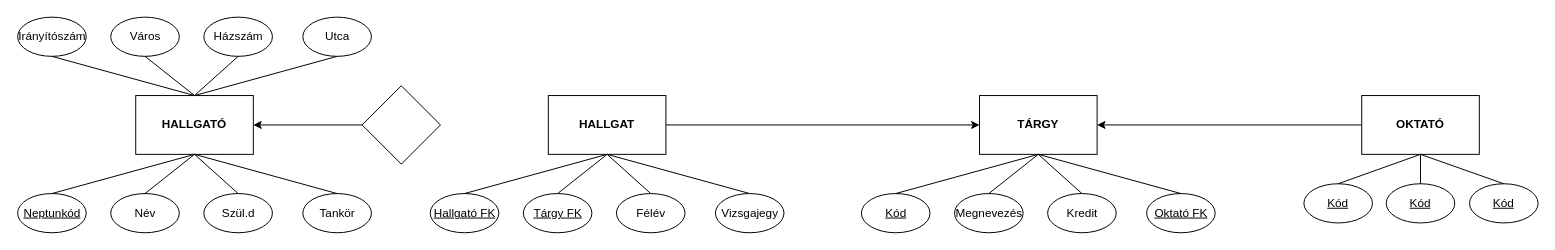
Above: CV72CL_0326/CV72CL_0326_1b.drawio in BenTheComet/CVV72CL_DB1 (draw.io), before the change. Source tidied: cells renumbered, new cells numbered last; positions are measured from the earlier drawing's top-left corner, leaving out a move shared by most shapes. Both pictures are drawn from the tidied source at 98%, with x=0, y=0 at pixel (17, 17).
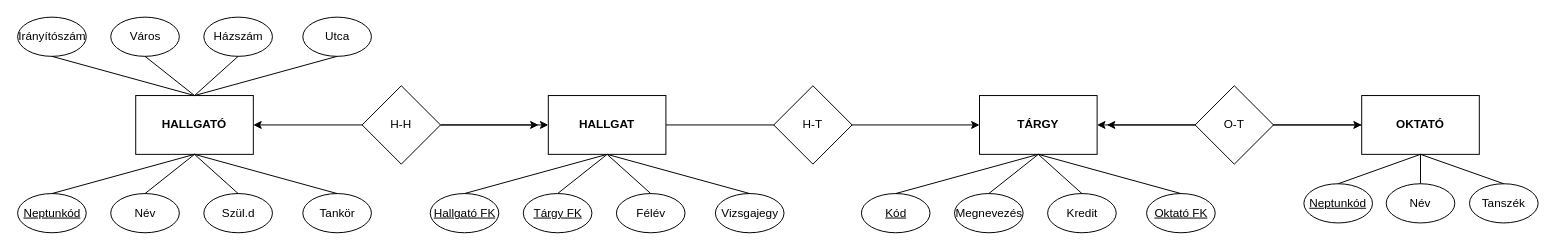
The same diagram, later.

Unchanged cells that the change refers to:
```xml
<mxCell id="5" value="&lt;b&gt;HALLGAT&lt;/b&gt;" style="rounded=0;whiteSpace=wrap;html=1;" parent="1" vertex="1">
  <mxGeometry x="542" y="80" width="120" height="60" as="geometry" />
</mxCell>
<mxCell id="6" value="&lt;b&gt;TÁRGY&lt;/b&gt;" style="rounded=0;whiteSpace=wrap;html=1;" parent="1" vertex="1">
  <mxGeometry x="982" y="80" width="120" height="60" as="geometry" />
</mxCell>
<mxCell id="8" value="&lt;b&gt;OKTATÓ&lt;/b&gt;" style="rounded=0;whiteSpace=wrap;html=1;" parent="1" vertex="1">
  <mxGeometry x="1372" y="80" width="120" height="60" as="geometry" />
</mxCell>
```

Change to the diagram source:
```diff
@@
-    <mxCell id="7" style="edgeStyle=orthogonalEdgeStyle;rounded=0;jettySize=auto;html=1;entryX=1;entryY=0.5;entryDx=0;entryDy=0;" parent="1" edge="1" source="8" target="6">
-      <mxGeometry relative="1" as="geometry" />
-    </mxCell>
@@
-    <mxCell id="41" value="&lt;u&gt;Kód&lt;/u&gt;" style="ellipse;whiteSpace=wrap;html=1;" parent="1" vertex="1">
+    <mxCell id="41" value="&lt;u&gt;Neptunkód&lt;/u&gt;" style="ellipse;whiteSpace=wrap;html=1;" parent="1" vertex="1">
       <mxGeometry x="1313" y="170" width="70" height="40" as="geometry" />
     </mxCell>
-    <mxCell id="42" value="&lt;u&gt;Kód&lt;/u&gt;" style="ellipse;whiteSpace=wrap;html=1;" parent="1" vertex="1">
+    <mxCell id="42" value="Név" style="ellipse;whiteSpace=wrap;html=1;" parent="1" vertex="1">
       <mxGeometry x="1397" y="170" width="70" height="40" as="geometry" />
     </mxCell>
-    <mxCell id="43" value="&lt;u&gt;Kód&lt;/u&gt;" style="ellipse;whiteSpace=wrap;html=1;" parent="1" vertex="1">
+    <mxCell id="43" value="Tanszék" style="ellipse;whiteSpace=wrap;html=1;" parent="1" vertex="1">
       <mxGeometry x="1482" y="170" width="70" height="40" as="geometry" />
     </mxCell>
@@
-    <mxCell id="47" style="rhombus;whiteSpace=wrap;html=1;" parent="1" vertex="1">
+    <mxCell id="47" value="H-H" style="rhombus;whiteSpace=wrap;html=1;" parent="1" vertex="1">
       <mxGeometry x="352" y="70" width="80" height="80" as="geometry" />
     </mxCell>
+    <mxCell id="48" style="endArrow=classic;html=1;rounded=0;exitX=1;exitY=0.5;exitDx=0;exitDy=0;entryX=0;entryY=0.5;entryDx=0;entryDy=0;" parent="1" edge="1" source="47" target="5">
+      <mxGeometry relative="1" as="geometry" />
+    </mxCell>
+    <mxCell id="49" style="endArrow=classic;html=1;rounded=0;exitX=1;exitY=0.5;exitDx=0;exitDy=0;" parent="1" edge="1" source="47">
+      <mxGeometry relative="1" as="geometry">
+        <mxPoint x="532" y="110" as="targetPoint" />
+      </mxGeometry>
+    </mxCell>
+    <mxCell id="50" style="endArrow=classic;startArrow=classic;html=1;rounded=0;entryX=0;entryY=0.5;entryDx=0;entryDy=0;exitX=1;exitY=0.5;exitDx=0;exitDy=0;" parent="1" edge="1" source="6" target="8">
+      <mxGeometry relative="1" as="geometry" />
+    </mxCell>
+    <mxCell id="51" style="endArrow=classic;html=1;rounded=0;exitX=0;exitY=0.5;exitDx=0;exitDy=0;" parent="1" edge="1" source="8">
+      <mxGeometry relative="1" as="geometry">
+        <mxPoint x="1112" y="110" as="targetPoint" />
+      </mxGeometry>
+    </mxCell>
+    <mxCell id="52" value="O-T" style="rhombus;whiteSpace=wrap;html=1;" parent="1" vertex="1">
+      <mxGeometry x="1202" y="70" width="80" height="80" as="geometry" />
+    </mxCell>
+    <mxCell id="53" value="H-T" style="rhombus;whiteSpace=wrap;html=1;" parent="1" vertex="1">
+      <mxGeometry x="772" y="70" width="80" height="80" as="geometry" />
+    </mxCell>
```
